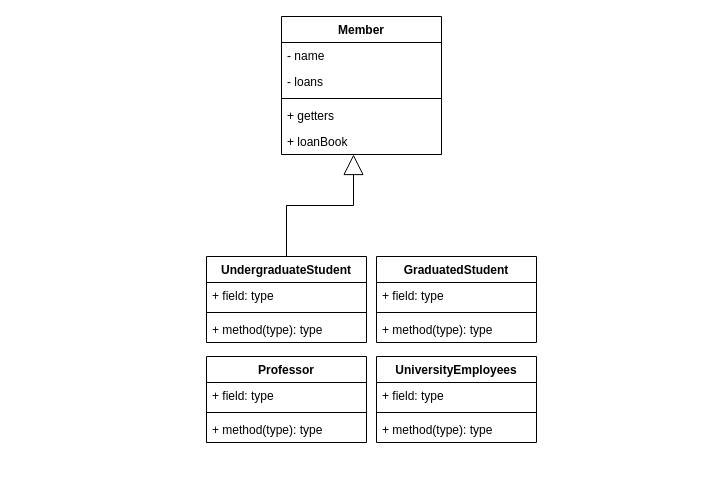
Above: diagrams/member.drawio in gabrielhaj/MC322 (draw.io), before the change. Source tidied: cells renumbered, new cells numbered last; positions are measured from the earlier drawing's top-left corner, leaving out a move shared by most shapes. Both pictures are drawn from the tidied source at 100%, with x=0, y=0 at pixel (206, 16).
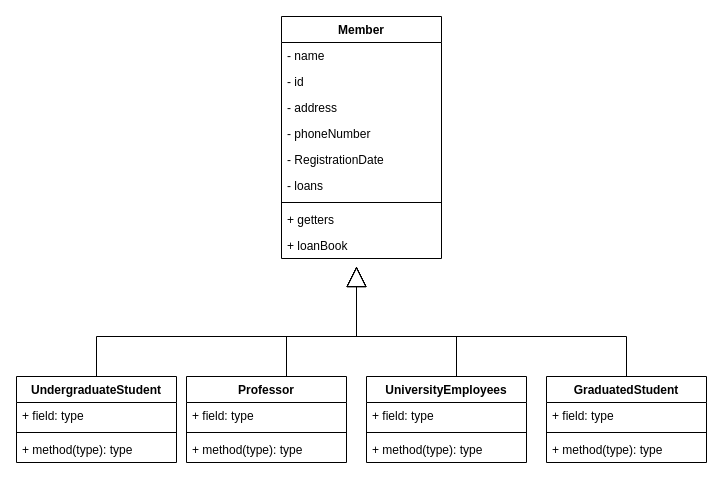
After the change.

Diff of the diagram source:
```diff
@@
-    <mxCell id="2" value="Member" style="swimlane;fontStyle=1;align=center;verticalAlign=top;horizontal=1;startSize=26;" parent="1" vertex="1">
-      <mxGeometry x="75" width="160" height="138" as="geometry" />
+    <mxCell id="2" value="Member" style="swimlane;fontStyle=1;align=center;verticalAlign=top;horizontal=1;startSize=26;rounded=0;labelBackgroundColor=none;" parent="1" vertex="1">
+      <mxGeometry x="75" width="160" height="242" as="geometry" />
     </mxCell>
-    <mxCell id="3" value="- name" style="text;strokeColor=none;fillColor=none;align=left;verticalAlign=top;spacingLeft=4;spacingRight=4;overflow=hidden;" parent="2" vertex="1">
+    <mxCell id="3" value="- name" style="text;strokeColor=none;fillColor=none;align=left;verticalAlign=top;spacingLeft=4;spacingRight=4;overflow=hidden;rounded=0;labelBackgroundColor=none;" parent="2" vertex="1">
       <mxGeometry y="26" width="160" height="26" as="geometry" />
     </mxCell>
+    <mxCell id="25" value="- id" style="text;strokeColor=none;fillColor=none;align=left;verticalAlign=top;spacingLeft=4;spacingRight=4;overflow=hidden;rounded=0;labelBackgroundColor=none;" parent="2" vertex="1">
+      <mxGeometry y="52" width="160" height="26" as="geometry" />
+    </mxCell>
+    <mxCell id="26" value="- address" style="text;strokeColor=none;fillColor=none;align=left;verticalAlign=top;spacingLeft=4;spacingRight=4;overflow=hidden;rounded=0;labelBackgroundColor=none;" parent="2" vertex="1">
+      <mxGeometry y="78" width="160" height="26" as="geometry" />
+    </mxCell>
+    <mxCell id="27" value="- phoneNumber" style="text;strokeColor=none;fillColor=none;align=left;verticalAlign=top;spacingLeft=4;spacingRight=4;overflow=hidden;rounded=0;labelBackgroundColor=none;" parent="2" vertex="1">
+      <mxGeometry y="104" width="160" height="26" as="geometry" />
+    </mxCell>
+    <mxCell id="28" value="- RegistrationDate" style="text;strokeColor=none;fillColor=none;align=left;verticalAlign=top;spacingLeft=4;spacingRight=4;overflow=hidden;rounded=0;labelBackgroundColor=none;" parent="2" vertex="1">
+      <mxGeometry y="130" width="160" height="26" as="geometry" />
+    </mxCell>
-    <mxCell id="4" value="- loans" style="text;strokeColor=none;fillColor=none;align=left;verticalAlign=top;spacingLeft=4;spacingRight=4;overflow=hidden;" parent="2" vertex="1">
-      <mxGeometry y="52" width="160" height="26" as="geometry" />
+    <mxCell id="4" value="- loans" style="text;strokeColor=none;fillColor=none;align=left;verticalAlign=top;spacingLeft=4;spacingRight=4;overflow=hidden;rounded=0;labelBackgroundColor=none;" parent="2" vertex="1">
+      <mxGeometry y="156" width="160" height="26" as="geometry" />
     </mxCell>
-    <mxCell id="5" style="line;strokeWidth=1;fillColor=none;align=left;verticalAlign=middle;spacingTop=-1;spacingLeft=3;spacingRight=3;labelPosition=right;strokeColor=inherit;" parent="2" vertex="1">
-      <mxGeometry y="78" width="160" height="8" as="geometry" />
+    <mxCell id="5" style="line;strokeWidth=1;fillColor=none;align=left;verticalAlign=middle;spacingTop=-1;spacingLeft=3;spacingRight=3;labelPosition=right;rounded=0;labelBackgroundColor=none;" parent="2" vertex="1">
+      <mxGeometry y="182" width="160" height="8" as="geometry" />
     </mxCell>
-    <mxCell id="6" value="+ getters" style="text;strokeColor=none;fillColor=none;align=left;verticalAlign=top;spacingLeft=4;spacingRight=4;overflow=hidden;" parent="2" vertex="1">
-      <mxGeometry y="86" width="160" height="26" as="geometry" />
+    <mxCell id="6" value="+ getters" style="text;strokeColor=none;fillColor=none;align=left;verticalAlign=top;spacingLeft=4;spacingRight=4;overflow=hidden;rounded=0;labelBackgroundColor=none;" parent="2" vertex="1">
+      <mxGeometry y="190" width="160" height="26" as="geometry" />
     </mxCell>
-    <mxCell id="7" value="+ loanBook" style="text;strokeColor=none;fillColor=none;align=left;verticalAlign=top;spacingLeft=4;spacingRight=4;overflow=hidden;" parent="2" vertex="1">
-      <mxGeometry y="112" width="160" height="26" as="geometry" />
+    <mxCell id="7" value="+ loanBook" style="text;strokeColor=none;fillColor=none;align=left;verticalAlign=top;spacingLeft=4;spacingRight=4;overflow=hidden;rounded=0;labelBackgroundColor=none;" parent="2" vertex="1">
+      <mxGeometry y="216" width="160" height="26" as="geometry" />
     </mxCell>
-    <mxCell id="8" style="edgeStyle=orthogonalEdgeStyle;html=1;exitX=0.5;exitY=0;exitDx=0;exitDy=0;endArrow=block;endFill=0;endSize=18;rounded=0;jumpStyle=none;" parent="1" edge="1" source="9" target="2">
-      <mxGeometry relative="1" as="geometry">
-        <Array as="points">
-          <mxPoint x="80" y="189" />
-          <mxPoint x="147" y="189" />
-        </Array>
-      </mxGeometry>
-    </mxCell>
+    <mxCell id="29" style="edgeStyle=orthogonalEdgeStyle;jettySize=auto;html=1;strokeColor=none;" parent="1" edge="1" source="13">
+      <mxGeometry relative="1" as="geometry">
+        <mxPoint x="200" y="280" as="targetPoint" />
+      </mxGeometry>
+    </mxCell>
+    <mxCell id="30" style="group;" parent="1" vertex="1">
+      <mxGeometry x="-190" y="320" width="690" height="126" as="geometry" />
+    </mxCell>
+    <mxCell id="31" style="edgeStyle=orthogonalEdgeStyle;shape=connector;rounded=0;jumpStyle=none;jettySize=auto;html=1;labelBackgroundColor=none;strokeColor=default;fontFamily=Helvetica;fontSize=11;fontColor=default;endArrow=block;endFill=0;endSize=18;exitX=0.5;exitY=0;exitDx=0;exitDy=0;" parent="30" edge="1" source="9">
+      <mxGeometry relative="1" as="geometry">
+        <mxPoint x="340" y="-70" as="targetPoint" />
+        <Array as="points">
+          <mxPoint x="80" />
+          <mxPoint x="340" />
+        </Array>
+      </mxGeometry>
+    </mxCell>
-    <mxCell id="9" value="UndergraduateStudent" style="swimlane;fontStyle=1;align=center;verticalAlign=top;horizontal=1;startSize=26;" parent="1" vertex="1">
-      <mxGeometry y="240" width="160" height="86" as="geometry" />
+    <mxCell id="9" value="UndergraduateStudent" style="swimlane;fontStyle=1;align=center;verticalAlign=top;horizontal=1;startSize=26;rounded=0;labelBackgroundColor=none;" parent="30" vertex="1">
+      <mxGeometry y="40" width="160" height="86" as="geometry" />
     </mxCell>
-    <mxCell id="10" value="+ field: type" style="text;strokeColor=none;fillColor=none;align=left;verticalAlign=top;spacingLeft=4;spacingRight=4;overflow=hidden;" parent="9" vertex="1">
+    <mxCell id="10" value="+ field: type" style="text;strokeColor=none;fillColor=none;align=left;verticalAlign=top;spacingLeft=4;spacingRight=4;overflow=hidden;rounded=0;labelBackgroundColor=none;" parent="9" vertex="1">
       <mxGeometry y="26" width="160" height="26" as="geometry" />
     </mxCell>
-    <mxCell id="11" style="line;strokeWidth=1;fillColor=none;align=left;verticalAlign=middle;spacingTop=-1;spacingLeft=3;spacingRight=3;labelPosition=right;strokeColor=inherit;" parent="9" vertex="1">
+    <mxCell id="11" style="line;strokeWidth=1;fillColor=none;align=left;verticalAlign=middle;spacingTop=-1;spacingLeft=3;spacingRight=3;labelPosition=right;rounded=0;labelBackgroundColor=none;" parent="9" vertex="1">
       <mxGeometry y="52" width="160" height="8" as="geometry" />
     </mxCell>
-    <mxCell id="12" value="+ method(type): type" style="text;strokeColor=none;fillColor=none;align=left;verticalAlign=top;spacingLeft=4;spacingRight=4;overflow=hidden;" parent="9" vertex="1">
+    <mxCell id="12" value="+ method(type): type" style="text;strokeColor=none;fillColor=none;align=left;verticalAlign=top;spacingLeft=4;spacingRight=4;overflow=hidden;rounded=0;labelBackgroundColor=none;" parent="9" vertex="1">
       <mxGeometry y="60" width="160" height="26" as="geometry" />
     </mxCell>
+    <mxCell id="32" style="edgeStyle=orthogonalEdgeStyle;shape=connector;rounded=0;jumpStyle=none;jettySize=auto;html=1;labelBackgroundColor=none;strokeColor=default;fontFamily=Helvetica;fontSize=11;fontColor=default;endArrow=block;endFill=0;endSize=18;exitX=0.5;exitY=0;exitDx=0;exitDy=0;" parent="30" edge="1" source="13">
+      <mxGeometry relative="1" as="geometry">
+        <mxPoint x="340" y="-70" as="targetPoint" />
+        <Array as="points">
+          <mxPoint x="610" />
+          <mxPoint x="340" />
+        </Array>
+      </mxGeometry>
+    </mxCell>
-    <mxCell id="13" value="GraduatedStudent" style="swimlane;fontStyle=1;align=center;verticalAlign=top;horizontal=1;startSize=26;" parent="1" vertex="1">
-      <mxGeometry x="170" y="240" width="160" height="86" as="geometry" />
+    <mxCell id="13" value="GraduatedStudent" style="swimlane;fontStyle=1;align=center;verticalAlign=top;horizontal=1;startSize=26;rounded=0;labelBackgroundColor=none;" parent="30" vertex="1">
+      <mxGeometry x="530" y="40" width="160" height="86" as="geometry" />
     </mxCell>
-    <mxCell id="14" value="+ field: type" style="text;strokeColor=none;fillColor=none;align=left;verticalAlign=top;spacingLeft=4;spacingRight=4;overflow=hidden;" parent="13" vertex="1">
+    <mxCell id="14" value="+ field: type" style="text;strokeColor=none;fillColor=none;align=left;verticalAlign=top;spacingLeft=4;spacingRight=4;overflow=hidden;rounded=0;labelBackgroundColor=none;" parent="13" vertex="1">
       <mxGeometry y="26" width="160" height="26" as="geometry" />
     </mxCell>
-    <mxCell id="15" style="line;strokeWidth=1;fillColor=none;align=left;verticalAlign=middle;spacingTop=-1;spacingLeft=3;spacingRight=3;labelPosition=right;strokeColor=inherit;" parent="13" vertex="1">
+    <mxCell id="15" style="line;strokeWidth=1;fillColor=none;align=left;verticalAlign=middle;spacingTop=-1;spacingLeft=3;spacingRight=3;labelPosition=right;rounded=0;labelBackgroundColor=none;" parent="13" vertex="1">
       <mxGeometry y="52" width="160" height="8" as="geometry" />
     </mxCell>
-    <mxCell id="16" value="+ method(type): type" style="text;strokeColor=none;fillColor=none;align=left;verticalAlign=top;spacingLeft=4;spacingRight=4;overflow=hidden;" parent="13" vertex="1">
+    <mxCell id="16" value="+ method(type): type" style="text;strokeColor=none;fillColor=none;align=left;verticalAlign=top;spacingLeft=4;spacingRight=4;overflow=hidden;rounded=0;labelBackgroundColor=none;" parent="13" vertex="1">
       <mxGeometry y="60" width="160" height="26" as="geometry" />
     </mxCell>
+    <mxCell id="33" style="edgeStyle=orthogonalEdgeStyle;shape=connector;rounded=0;jumpStyle=none;jettySize=auto;html=1;labelBackgroundColor=none;strokeColor=default;fontFamily=Helvetica;fontSize=11;fontColor=default;endArrow=block;endFill=0;endSize=18;" parent="30" edge="1" source="17">
+      <mxGeometry relative="1" as="geometry">
+        <mxPoint x="340" y="-70" as="targetPoint" />
+        <Array as="points">
+          <mxPoint x="270" />
+          <mxPoint x="340" />
+        </Array>
+      </mxGeometry>
+    </mxCell>
-    <mxCell id="17" value="Professor" style="swimlane;fontStyle=1;align=center;verticalAlign=top;horizontal=1;startSize=26;" parent="1" vertex="1">
-      <mxGeometry y="340" width="160" height="86" as="geometry" />
+    <mxCell id="17" value="Professor" style="swimlane;fontStyle=1;align=center;verticalAlign=top;horizontal=1;startSize=26;rounded=0;labelBackgroundColor=none;" parent="30" vertex="1">
+      <mxGeometry x="170" y="40" width="160" height="86" as="geometry" />
     </mxCell>
-    <mxCell id="18" value="+ field: type" style="text;strokeColor=none;fillColor=none;align=left;verticalAlign=top;spacingLeft=4;spacingRight=4;overflow=hidden;" parent="17" vertex="1">
+    <mxCell id="18" value="+ field: type" style="text;strokeColor=none;fillColor=none;align=left;verticalAlign=top;spacingLeft=4;spacingRight=4;overflow=hidden;rounded=0;labelBackgroundColor=none;" parent="17" vertex="1">
       <mxGeometry y="26" width="160" height="26" as="geometry" />
     </mxCell>
-    <mxCell id="19" style="line;strokeWidth=1;fillColor=none;align=left;verticalAlign=middle;spacingTop=-1;spacingLeft=3;spacingRight=3;labelPosition=right;strokeColor=inherit;" parent="17" vertex="1">
+    <mxCell id="19" style="line;strokeWidth=1;fillColor=none;align=left;verticalAlign=middle;spacingTop=-1;spacingLeft=3;spacingRight=3;labelPosition=right;rounded=0;labelBackgroundColor=none;" parent="17" vertex="1">
       <mxGeometry y="52" width="160" height="8" as="geometry" />
     </mxCell>
-    <mxCell id="20" value="+ method(type): type" style="text;strokeColor=none;fillColor=none;align=left;verticalAlign=top;spacingLeft=4;spacingRight=4;overflow=hidden;" parent="17" vertex="1">
+    <mxCell id="20" value="+ method(type): type" style="text;strokeColor=none;fillColor=none;align=left;verticalAlign=top;spacingLeft=4;spacingRight=4;overflow=hidden;rounded=0;labelBackgroundColor=none;" parent="17" vertex="1">
       <mxGeometry y="60" width="160" height="26" as="geometry" />
     </mxCell>
+    <mxCell id="34" style="edgeStyle=orthogonalEdgeStyle;shape=connector;rounded=0;jumpStyle=none;jettySize=auto;html=1;labelBackgroundColor=none;strokeColor=default;fontFamily=Helvetica;fontSize=11;fontColor=default;endArrow=block;endFill=0;endSize=18;exitX=0.5;exitY=0;exitDx=0;exitDy=0;" parent="30" edge="1" source="21">
+      <mxGeometry relative="1" as="geometry">
+        <mxPoint x="340" y="-70" as="targetPoint" />
+        <Array as="points">
+          <mxPoint x="440" />
+          <mxPoint x="340" />
+        </Array>
+      </mxGeometry>
+    </mxCell>
-    <mxCell id="21" value="UniversityEmployees" style="swimlane;fontStyle=1;align=center;verticalAlign=top;horizontal=1;startSize=26;" parent="1" vertex="1">
-      <mxGeometry x="170" y="340" width="160" height="86" as="geometry" />
+    <mxCell id="21" value="UniversityEmployees" style="swimlane;fontStyle=1;align=center;verticalAlign=top;horizontal=1;startSize=26;rounded=0;labelBackgroundColor=none;" parent="30" vertex="1">
+      <mxGeometry x="350" y="40" width="160" height="86" as="geometry" />
     </mxCell>
-    <mxCell id="22" value="+ field: type" style="text;strokeColor=none;fillColor=none;align=left;verticalAlign=top;spacingLeft=4;spacingRight=4;overflow=hidden;" parent="21" vertex="1">
+    <mxCell id="22" value="+ field: type" style="text;strokeColor=none;fillColor=none;align=left;verticalAlign=top;spacingLeft=4;spacingRight=4;overflow=hidden;rounded=0;labelBackgroundColor=none;" parent="21" vertex="1">
       <mxGeometry y="26" width="160" height="26" as="geometry" />
     </mxCell>
-    <mxCell id="23" style="line;strokeWidth=1;fillColor=none;align=left;verticalAlign=middle;spacingTop=-1;spacingLeft=3;spacingRight=3;labelPosition=right;strokeColor=inherit;" parent="21" vertex="1">
+    <mxCell id="23" style="line;strokeWidth=1;fillColor=none;align=left;verticalAlign=middle;spacingTop=-1;spacingLeft=3;spacingRight=3;labelPosition=right;rounded=0;labelBackgroundColor=none;" parent="21" vertex="1">
       <mxGeometry y="52" width="160" height="8" as="geometry" />
     </mxCell>
-    <mxCell id="24" value="+ method(type): type" style="text;strokeColor=none;fillColor=none;align=left;verticalAlign=top;spacingLeft=4;spacingRight=4;overflow=hidden;" parent="21" vertex="1">
+    <mxCell id="24" value="+ method(type): type" style="text;strokeColor=none;fillColor=none;align=left;verticalAlign=top;spacingLeft=4;spacingRight=4;overflow=hidden;rounded=0;labelBackgroundColor=none;" parent="21" vertex="1">
       <mxGeometry y="60" width="160" height="26" as="geometry" />
     </mxCell>
```
